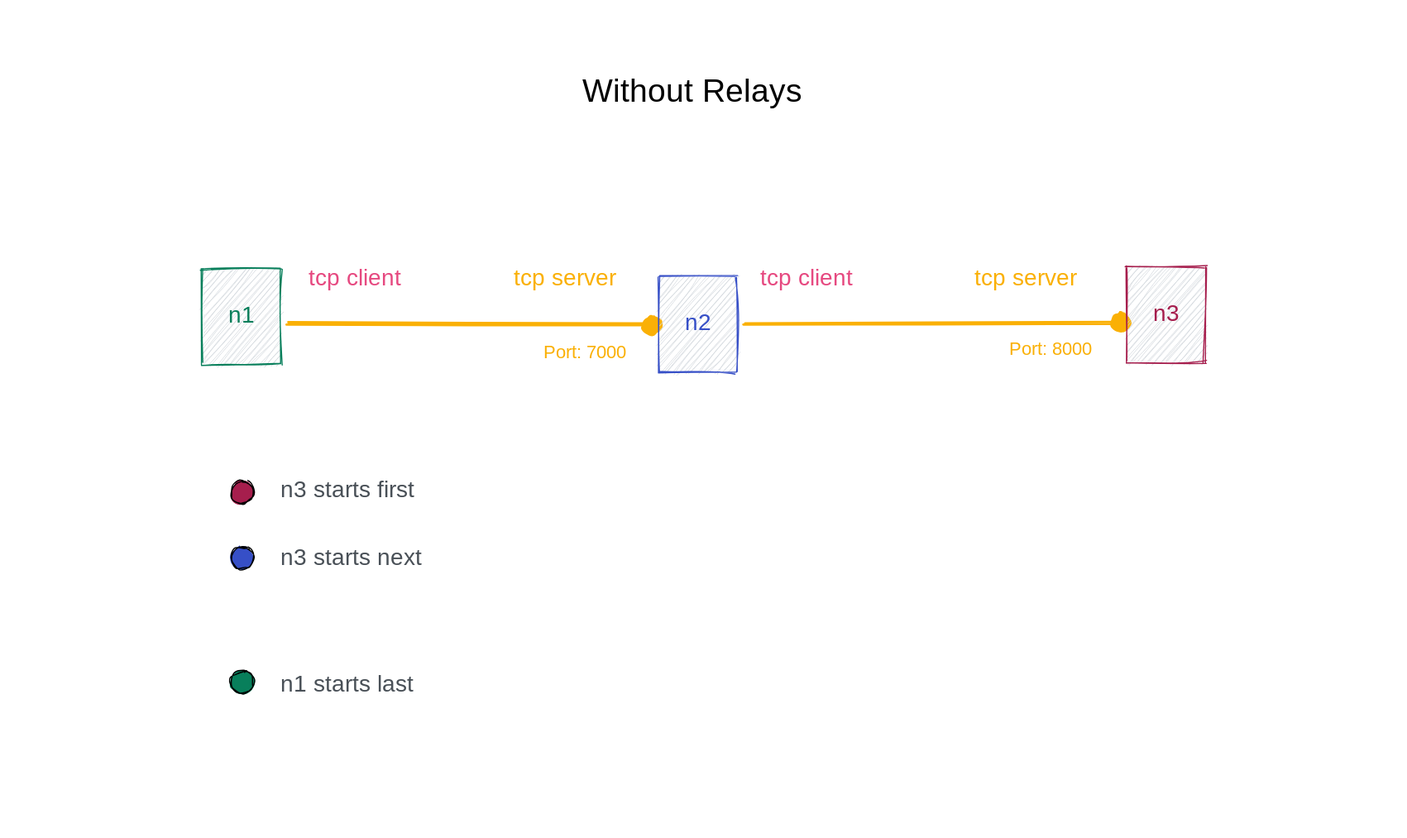
This is .gitbook/assets/file.excalidraw.svg from build-trust/ockam-documentation, a Excalidraw export, as it was before one commit. Source tidied: one line per element, renumbered; positions are measured from the earlier drawing's top-left corner, leaving out a move shared by most shapes.
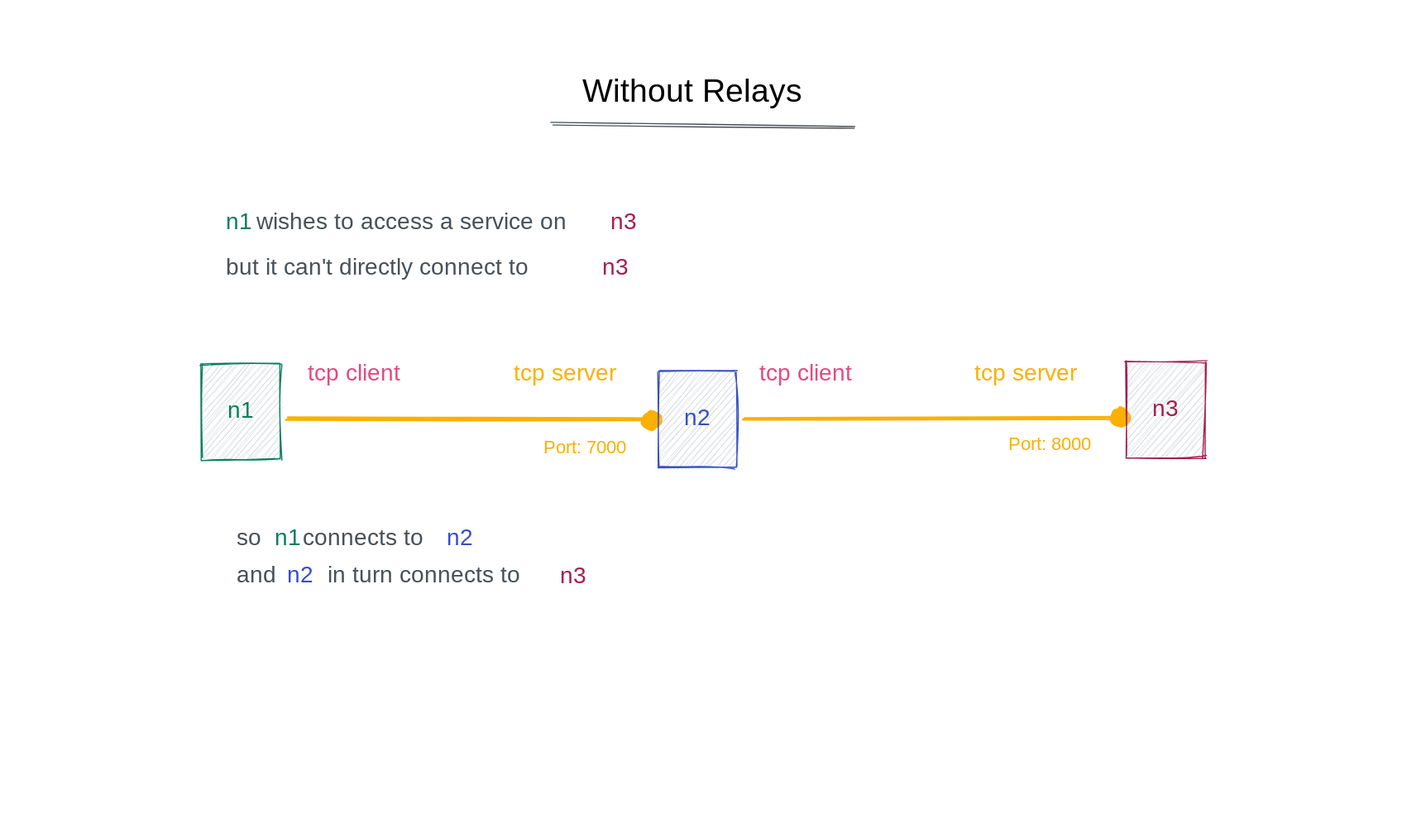
After the commit.

Diff of the diagram source:
```diff
@@ -1,22 +1,30 @@
-{"id": 0, "type": "rectangle", "strokeColor": "transparent", "strokeWidth": 1, "roughness": 1, "round": true, "x": 0, "y": 0, "width": 1195, "height": 703}
+{"id": 0, "type": "rectangle", "strokeColor": "transparent", "strokeWidth": 1, "roughness": 1, "round": true, "x": 0, "y": -82, "width": 1195, "height": 703}
-{"id": 1, "type": "text", "text": "Without Relays", "strokeColor": "#000000", "backgroundColor": "#ced4da", "fillStyle": "hachure", "strokeWidth": 1, "roughness": 1, "fontSize": 28, "fontFamily": 1, "x": 493, "y": 52, "width": 209, "height": 36}
+{"id": 1, "type": "text", "text": "Without Relays", "strokeColor": "#000000", "backgroundColor": "#ced4da", "fillStyle": "hachure", "strokeWidth": 1, "roughness": 1, "fontSize": 28, "fontFamily": 1, "x": 493, "y": -30, "width": 209, "height": 36}
-{"id": 2, "type": "arrow", "strokeColor": "#fab005", "backgroundColor": "#e64980", "fillStyle": "hachure", "strokeWidth": 2, "roughness": 1, "endArrowhead": "dot", "round": true, "from": 9, "to": 11, "x": 633, "y": 270, "width": 323, "height": 2, "points": [[0, 0], [323, -2]]}
+{"id": 2, "type": "arrow", "strokeColor": "#fab005", "backgroundColor": "#e64980", "fillStyle": "hachure", "strokeWidth": 2, "roughness": 1, "endArrowhead": "dot", "round": true, "from": 9, "to": 21, "x": 633, "y": 270, "width": 323, "height": 2, "points": [[0, 0], [323, -2]]}
 {"id": 3, "type": "arrow", "strokeColor": "#fab005", "backgroundColor": "#e64980", "fillStyle": "hachure", "strokeWidth": 2, "roughness": 1, "endArrowhead": "dot", "round": true, "from": 7, "to": 9, "x": 239, "y": 269, "width": 314, "height": 0, "points": [[0, 0], [314, 0]]}
 {"id": 4, "type": "text", "text": "tcp client", "strokeColor": "#e64980", "strokeWidth": 1, "roughness": 1, "fontSize": 20, "fontFamily": 1, "x": 646, "y": 218, "width": 94, "height": 25}
 {"id": 5, "type": "text", "text": "tcp client", "strokeColor": "#e64980", "strokeWidth": 1, "roughness": 1, "fontSize": 20, "fontFamily": 1, "x": 256, "y": 218, "width": 94, "height": 25}
 {"id": 6, "type": "text", "text": "tcp server", "strokeColor": "#fab005", "strokeWidth": 1, "roughness": 1, "fontSize": 20, "fontFamily": 1, "x": 434, "y": 218, "width": 104, "height": 25}
-{"id": 7, "type": "rectangle", "strokeColor": "#087f5b", "backgroundColor": "#ced4da", "fillStyle": "hachure", "strokeWidth": 1, "roughness": 1, "x": 164, "y": 222, "width": 68, "height": 82}
+{"id": 7, "type": "rectangle", "strokeColor": "#087f5b", "backgroundColor": "#ced4da", "fillStyle": "hachure", "strokeWidth": 1, "roughness": 1, "x": 165, "y": 222, "width": 68, "height": 82}
 {"id": 8, "type": "text", "text": "n1", "strokeColor": "#087f5b", "backgroundColor": "#ced4da", "fillStyle": "hachure", "strokeWidth": 1, "roughness": 1, "fontSize": 20, "fontFamily": 1, "textAlign": "center", "verticalAlign": "middle", "inside": 7, "x": 190, "y": 251, "width": 17, "height": 25}
 {"id": 9, "type": "rectangle", "strokeColor": "#364fc7", "backgroundColor": "#ced4da", "fillStyle": "hachure", "strokeWidth": 1, "roughness": 1, "x": 559, "y": 228, "width": 68, "height": 82}
 {"id": 10, "type": "text", "text": "n2", "strokeColor": "#364fc7", "backgroundColor": "#ced4da", "fillStyle": "hachure", "strokeWidth": 1, "roughness": 1, "fontSize": 20, "fontFamily": 1, "textAlign": "center", "verticalAlign": "middle", "inside": 9, "x": 580, "y": 257, "width": 26, "height": 25}
 {"id": 11, "type": "rectangle", "strokeColor": "#a61e4d", "backgroundColor": "#ced4da", "fillStyle": "hachure", "strokeWidth": 1, "roughness": 1, "x": 963, "y": 220, "width": 68, "height": 82}
 {"id": 12, "type": "text", "text": "n3", "strokeColor": "#a61e4d", "backgroundColor": "#ced4da", "fillStyle": "hachure", "strokeWidth": 1, "roughness": 1, "fontSize": 20, "fontFamily": 1, "textAlign": "center", "verticalAlign": "middle", "inside": 11, "x": 985, "y": 249, "width": 25, "height": 25}
 {"id": 13, "type": "text", "text": "tcp server", "strokeColor": "#fab005", "strokeWidth": 1, "roughness": 1, "fontSize": 20, "fontFamily": 1, "x": 832, "y": 218, "width": 104, "height": 25}
-{"id": 14, "type": "text", "text": "n3 starts first", "strokeColor": "#495057", "backgroundColor": "#ced4da", "fillStyle": "hachure", "strokeWidth": 1, "roughness": 1, "fontSize": 20, "fontFamily": 1, "x": 232, "y": 401, "width": 156, "height": 25}
-{"id": 15, "type": "ellipse", "strokeColor": "#000000", "backgroundColor": "#a61e4d", "fillStyle": "solid", "strokeWidth": 1, "roughness": 1, "round": true, "x": 189, "y": 405, "width": 20, "height": 19}
-{"id": 16, "type": "ellipse", "strokeColor": "#000000", "backgroundColor": "#364fc7", "fillStyle": "solid", "strokeWidth": 1, "roughness": 1, "round": true, "x": 189, "y": 462, "width": 20, "height": 19}
-{"id": 17, "type": "text", "text": "n3 starts next\n", "strokeColor": "#495057", "backgroundColor": "#ced4da", "fillStyle": "hachure", "strokeWidth": 1, "roughness": 1, "fontSize": 20, "fontFamily": 1, "x": 232, "y": 460, "width": 153, "height": 50}
-{"id": 18, "type": "ellipse", "strokeColor": "#000000", "backgroundColor": "#087f5b", "fillStyle": "solid", "strokeWidth": 1, "roughness": 1, "round": true, "x": 189, "y": 569, "width": 20, "height": 19}
-{"id": 19, "type": "text", "text": "n1 starts last\n", "strokeColor": "#495057", "backgroundColor": "#ced4da", "fillStyle": "hachure", "strokeWidth": 1, "roughness": 1, "fontSize": 20, "fontFamily": 1, "x": 233, "y": 569, "width": 143, "height": 50}
 {"id": 20, "type": "text", "text": "Port: 7000", "strokeColor": "#fab005", "strokeWidth": 1, "roughness": 1, "fontSize": 16, "fontFamily": 1, "x": 460, "y": 285, "width": 91, "height": 20}
-{"id": 21, "type": "text", "text": "Port: 8000", "strokeColor": "#fab005", "strokeWidth": 1, "roughness": 1, "fontSize": 16, "fontFamily": 1, "x": 861, "y": 282, "width": 95, "height": 20}
+{"id": 21, "type": "text", "text": "Port: 8000", "strokeColor": "#fab005", "strokeWidth": 1, "roughness": 1, "fontSize": 16, "fontFamily": 1, "x": 861, "y": 283, "width": 95, "height": 20}
+{"id": 22, "type": "text", "text": "wishes to access a service on", "strokeColor": "#495057", "backgroundColor": "#ced4da", "fillStyle": "hachure", "strokeWidth": 1, "roughness": 1, "fontSize": 20, "fontFamily": 1, "x": 212, "y": 88, "width": 300, "height": 25}
+{"id": 23, "type": "text", "text": "n1", "strokeColor": "#087f5b", "backgroundColor": "#4c6ef5", "fillStyle": "hachure", "strokeWidth": 1, "roughness": 1, "fontSize": 20, "fontFamily": 1, "x": 185, "y": 88, "width": 17, "height": 25}
+{"id": 24, "type": "text", "text": "n3", "strokeColor": "#a61e4d", "backgroundColor": "#4c6ef5", "fillStyle": "hachure", "strokeWidth": 1, "roughness": 1, "fontSize": 20, "fontFamily": 1, "x": 518, "y": 88, "width": 25, "height": 25}
+{"id": 25, "type": "text", "text": "but it can't directly connect to", "strokeColor": "#495057", "backgroundColor": "#ced4da", "fillStyle": "hachure", "strokeWidth": 1, "roughness": 1, "fontSize": 20, "fontFamily": 1, "x": 185, "y": 127, "width": 316, "height": 25}
+{"id": 26, "type": "text", "text": "n3", "strokeColor": "#a61e4d", "backgroundColor": "#4c6ef5", "fillStyle": "hachure", "strokeWidth": 1, "roughness": 1, "fontSize": 20, "fontFamily": 1, "x": 510, "y": 127, "width": 25, "height": 25}
+{"id": 27, "type": "text", "text": "so", "strokeColor": "#495057", "backgroundColor": "#ced4da", "fillStyle": "hachure", "strokeWidth": 1, "roughness": 1, "fontSize": 20, "fontFamily": 1, "x": 195, "y": 361, "width": 24, "height": 25}
+{"id": 28, "type": "text", "text": "n1", "strokeColor": "#087f5b", "backgroundColor": "#4c6ef5", "fillStyle": "hachure", "strokeWidth": 1, "roughness": 1, "fontSize": 20, "fontFamily": 1, "x": 227, "y": 361, "width": 17, "height": 25}
+{"id": 29, "type": "text", "text": "connects to", "strokeColor": "#495057", "backgroundColor": "#ced4da", "fillStyle": "hachure", "strokeWidth": 1, "roughness": 1, "fontSize": 20, "fontFamily": 1, "x": 251, "y": 361, "width": 117, "height": 25}
+{"id": 30, "type": "text", "text": "n2", "strokeColor": "#364fc7", "backgroundColor": "#4c6ef5", "fillStyle": "hachure", "strokeWidth": 1, "roughness": 1, "fontSize": 20, "fontFamily": 1, "x": 376, "y": 361, "width": 26, "height": 25}
+{"id": 31, "type": "text", "text": "and", "strokeColor": "#495057", "backgroundColor": "#ced4da", "fillStyle": "hachure", "strokeWidth": 1, "roughness": 1, "fontSize": 20, "fontFamily": 1, "x": 194, "y": 393, "width": 36, "height": 25}
+{"id": 32, "type": "text", "text": "in turn connects to", "strokeColor": "#495057", "backgroundColor": "#4c6ef5", "fillStyle": "hachure", "strokeWidth": 1, "roughness": 1, "fontSize": 20, "fontFamily": 1, "x": 273, "y": 393, "width": 192, "height": 25}
+{"id": 33, "type": "text", "text": "n2", "strokeColor": "#364fc7", "backgroundColor": "#4c6ef5", "fillStyle": "hachure", "strokeWidth": 1, "roughness": 1, "fontSize": 20, "fontFamily": 1, "x": 238, "y": 393, "width": 26, "height": 25}
+{"id": 34, "type": "text", "text": "n3", "strokeColor": "#a61e4d", "backgroundColor": "#4c6ef5", "fillStyle": "hachure", "strokeWidth": 1, "roughness": 1, "fontSize": 20, "fontFamily": 1, "x": 474, "y": 393, "width": 25, "height": 25}
+{"id": 35, "type": "line", "strokeColor": "#495057", "backgroundColor": "#4c6ef5", "fillStyle": "hachure", "strokeWidth": 1, "roughness": 1, "round": true, "x": 467, "y": 14, "width": 261, "height": 3, "points": [[0, 0], [261, 3]]}
```
